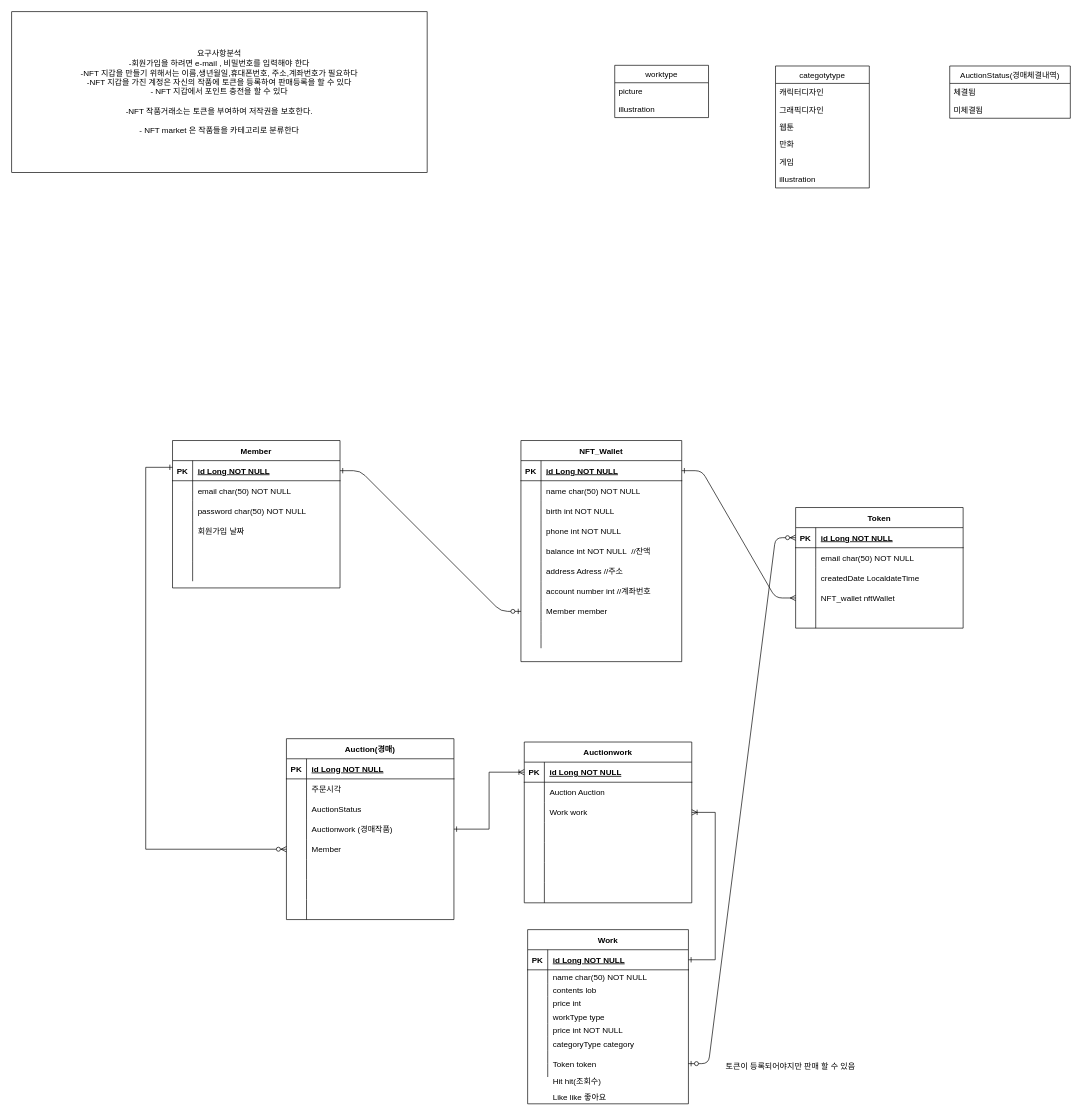
This is erd.drawio from hek316/temp, a draw.io file, before an edit. Source tidied: cells renumbered, new cells numbered last; positions are measured from the earlier drawing's top-left corner, leaving out a move shared by most shapes. Both pictures are drawn from the tidied source at 67%, with x=0, y=0 at pixel (11, 11).
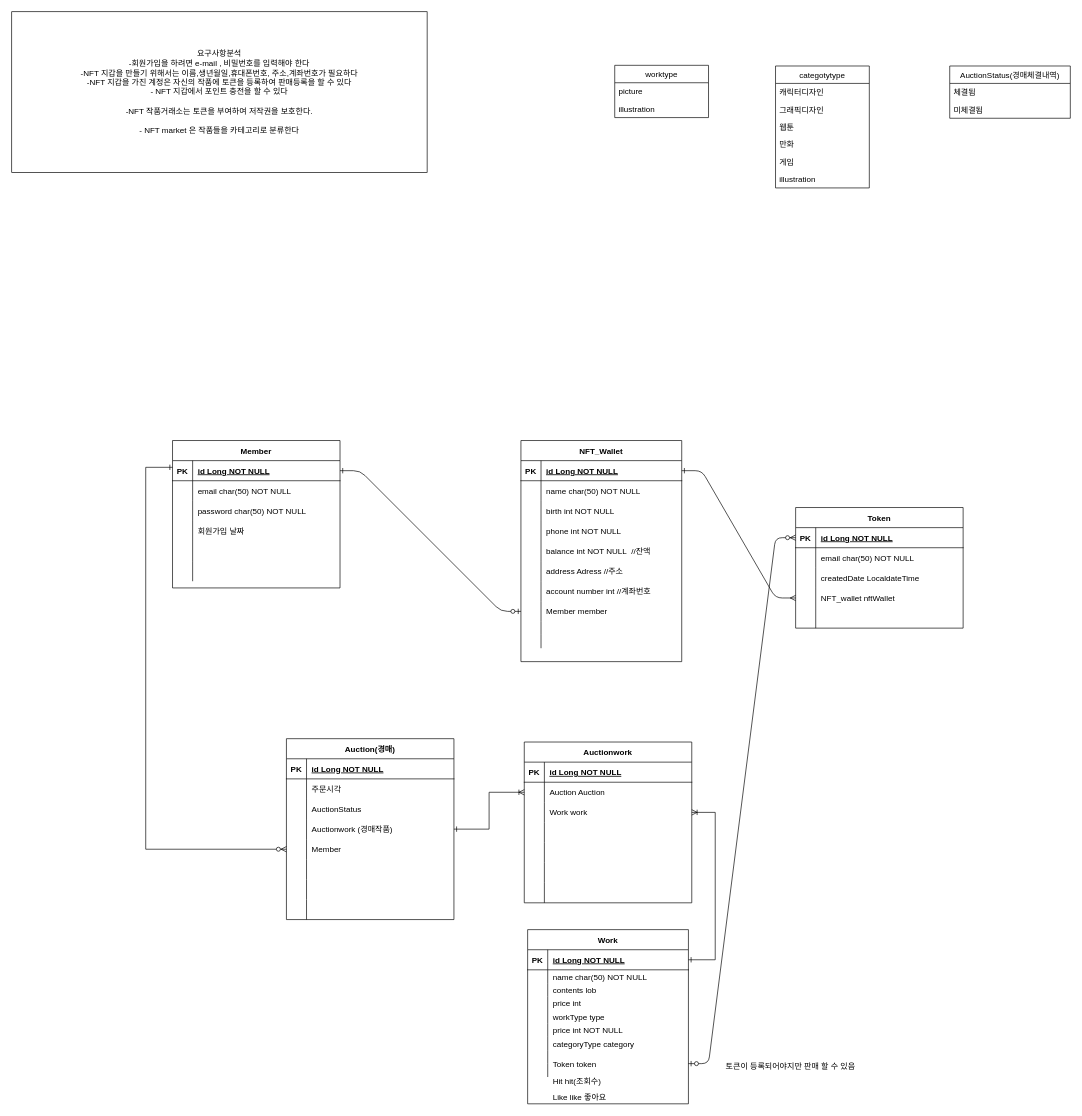
After the change.

Unchanged cells that the change refers to:
```xml
<mxCell id="117" style="shape=partialRectangle;fillColor=none;points=[[0,0.5],[1,0.5]];portConstraint=eastwest;top=0;left=0;right=0;bottom=1;" parent="116" vertex="1">
  <mxGeometry y="30" width="250" height="30" as="geometry" />
</mxCell>
<mxCell id="120" style="shape=partialRectangle;fillColor=none;points=[[0,0.5],[1,0.5]];portConstraint=eastwest;top=0;left=0;right=0;bottom=0;" parent="116" vertex="1">
  <mxGeometry y="60" width="250" height="30" as="geometry" />
</mxCell>
<mxCell id="148" style="shape=partialRectangle;fillColor=none;points=[[0,0.5],[1,0.5]];portConstraint=eastwest;top=0;left=0;right=0;bottom=0;" parent="138" vertex="1">
  <mxGeometry y="120" width="250" height="30" as="geometry" />
</mxCell>
```

What changed in the source:
```diff
@@
-    <mxCell id="168" style="edgeStyle=orthogonalEdgeStyle;rounded=0;jettySize=auto;html=1;exitX=1;exitY=0.5;exitDx=0;exitDy=0;startArrow=ERone;startFill=0;endArrow=ERoneToMany;endFill=0;entryX=0;entryY=0.5;entryDx=0;entryDy=0;" parent="1" edge="1" source="148" target="117">
+    <mxCell id="168" style="edgeStyle=orthogonalEdgeStyle;rounded=0;jettySize=auto;html=1;exitX=1;exitY=0.5;exitDx=0;exitDy=0;startArrow=ERone;startFill=0;endArrow=ERoneToMany;endFill=0;entryX=0;entryY=0.5;entryDx=0;entryDy=0;" parent="1" edge="1" source="148" target="120">
       <mxGeometry relative="1" as="geometry" />
     </mxCell>
```
